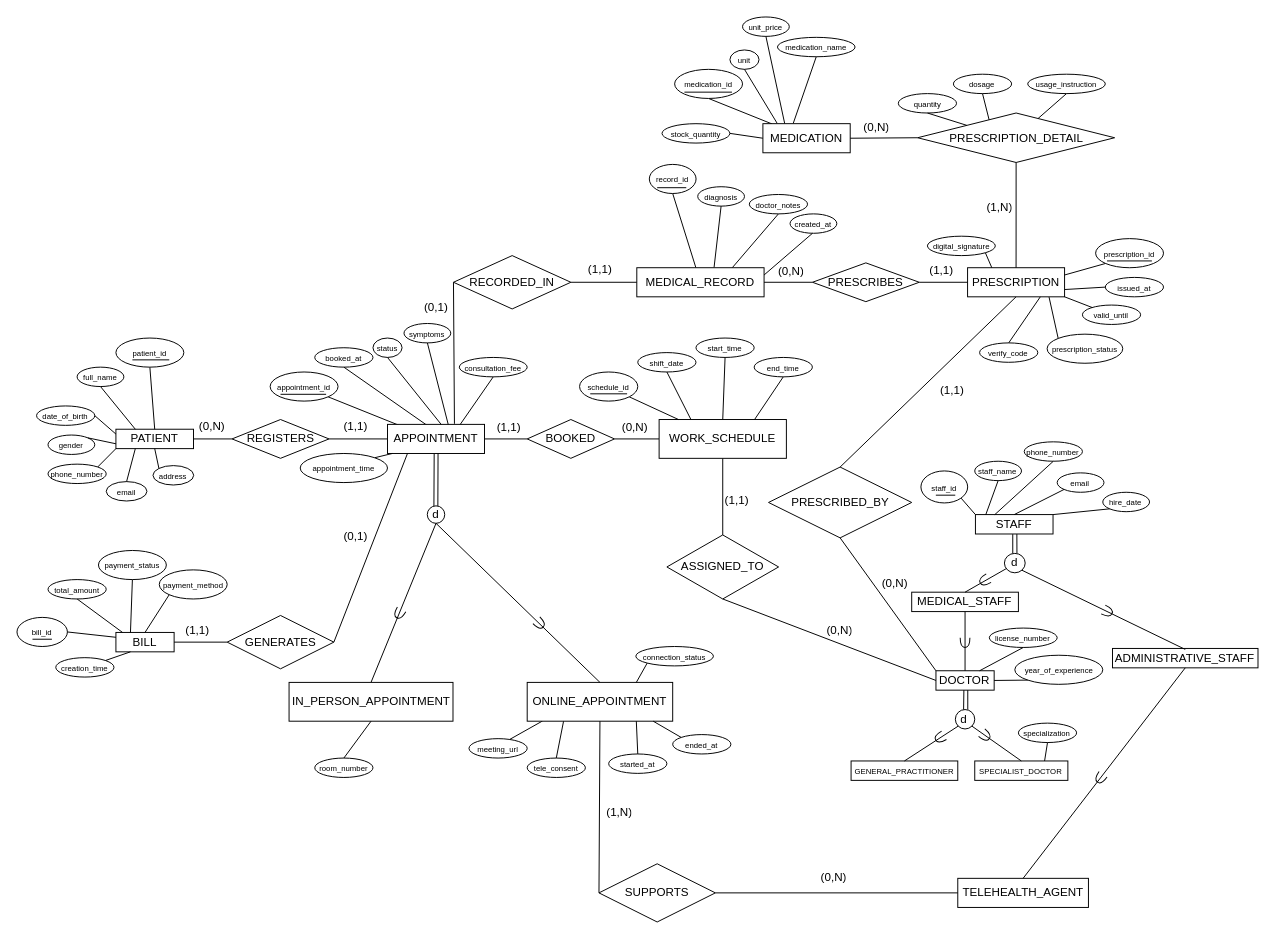
Cinzogoni/Database_Telemedicine keeps this draw.io diagram as Telemedicine_EERD_Design-02.drawio. Above is the earlier version. Source tidied: cells renumbered, new cells numbered last; positions are measured from the earlier drawing's top-left corner, leaving out a move shared by most shapes. Both pictures are drawn from the tidied source at 97%, with x=0, y=0 at pixel (16, 16).
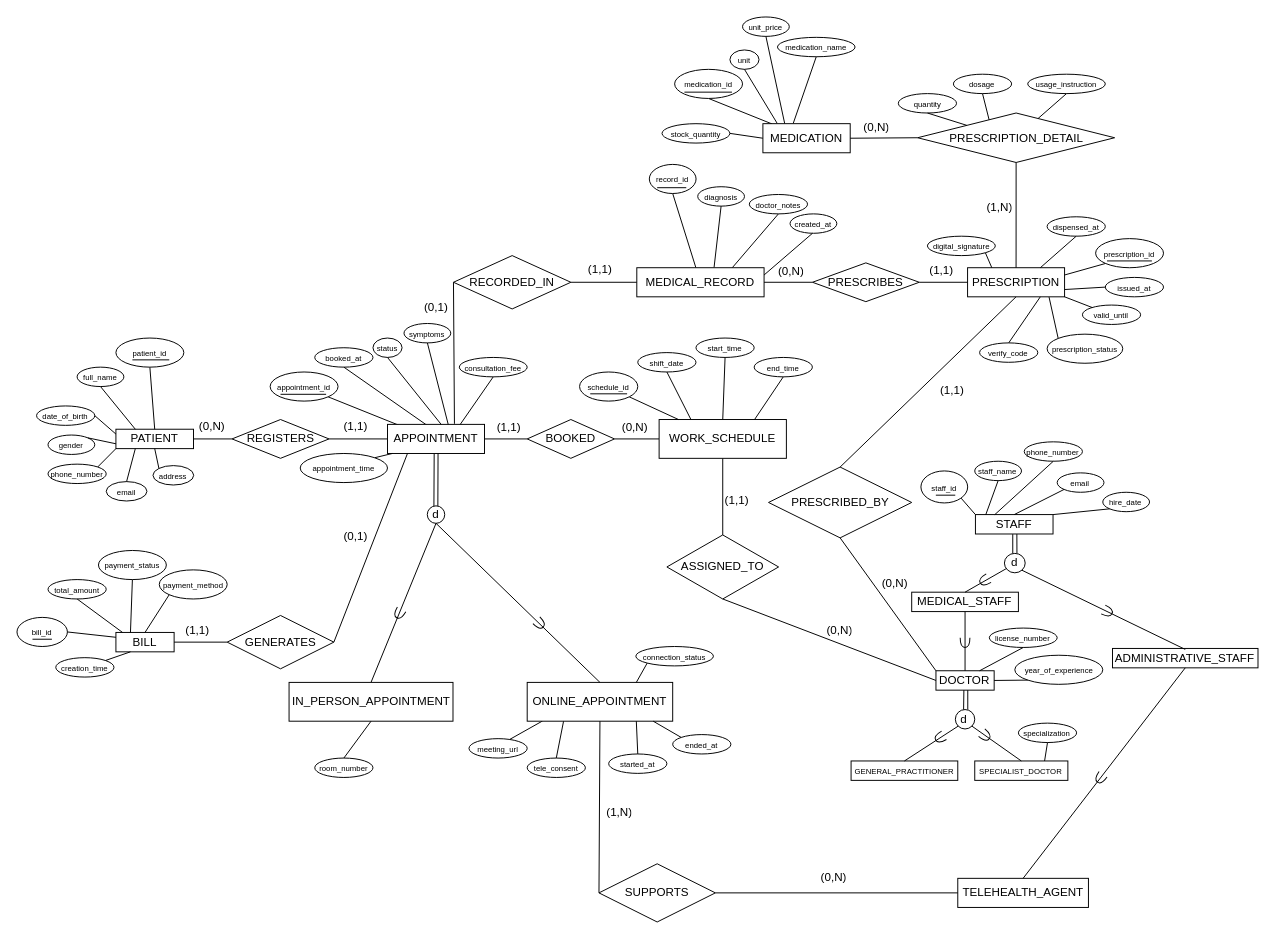
After the change.

Commit message (it also covers changes not shown here):
Phase 1: EERD finished, Phase 2: spending database normalization

Unchanged cells that the change refers to:
```xml
<mxCell id="173" value="PRESCRIPTION" style="whiteSpace=wrap;html=1;align=center;" parent="1" vertex="1">
  <mxGeometry x="980" y="258.5" width="100" height="30" as="geometry" />
</mxCell>
```

What changed in the source:
```diff
@@
+    <mxCell id="206" value="&lt;font style=&quot;font-size: 8px;&quot;&gt;dispensed_at&lt;/font&gt;" style="ellipse;whiteSpace=wrap;html=1;align=center;" parent="1" vertex="1">
+      <mxGeometry x="1062" y="206" width="60" height="20" as="geometry" />
+    </mxCell>
+    <mxCell id="207" style="endArrow=none;html=1;rounded=0;defaultLabelBackgroundColor=page;labelPadding=0 4;exitX=0.75;exitY=0;exitDx=0;exitDy=0;entryX=0.5;entryY=1;entryDx=0;entryDy=0;" parent="1" edge="1" source="173" target="206">
+      <mxGeometry relative="1" as="geometry" />
+    </mxCell>
```
